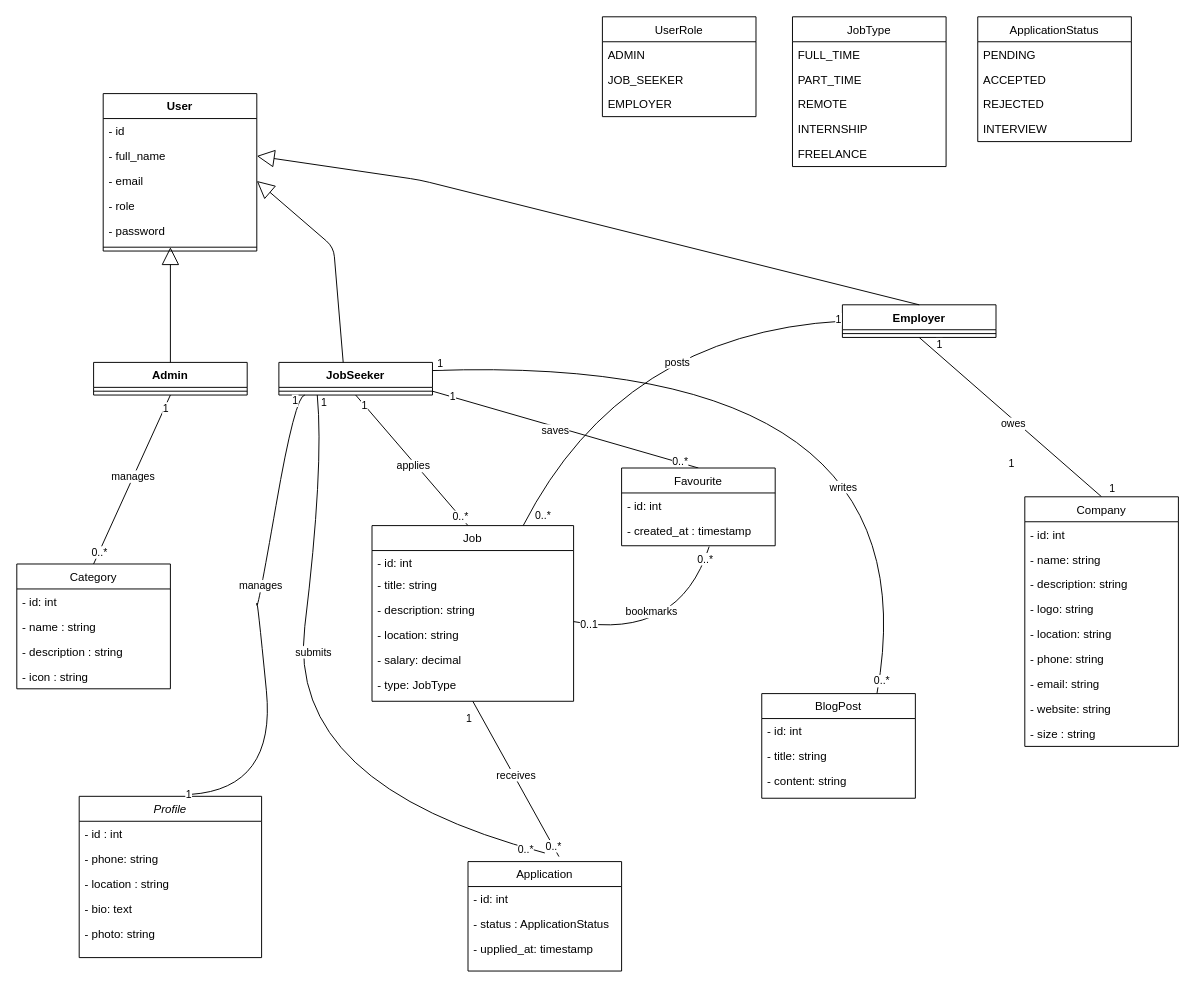
The draw.io diagram conception/uml_class.drawio in alimouad/job_portal_laravel, before the edit. Source tidied: cells renumbered, new cells numbered last; positions are measured from the earlier drawing's top-left corner, leaving out a move shared by most shapes. Both pictures are drawn from the tidied source at 96%, with x=0, y=0 at pixel (16, 16).
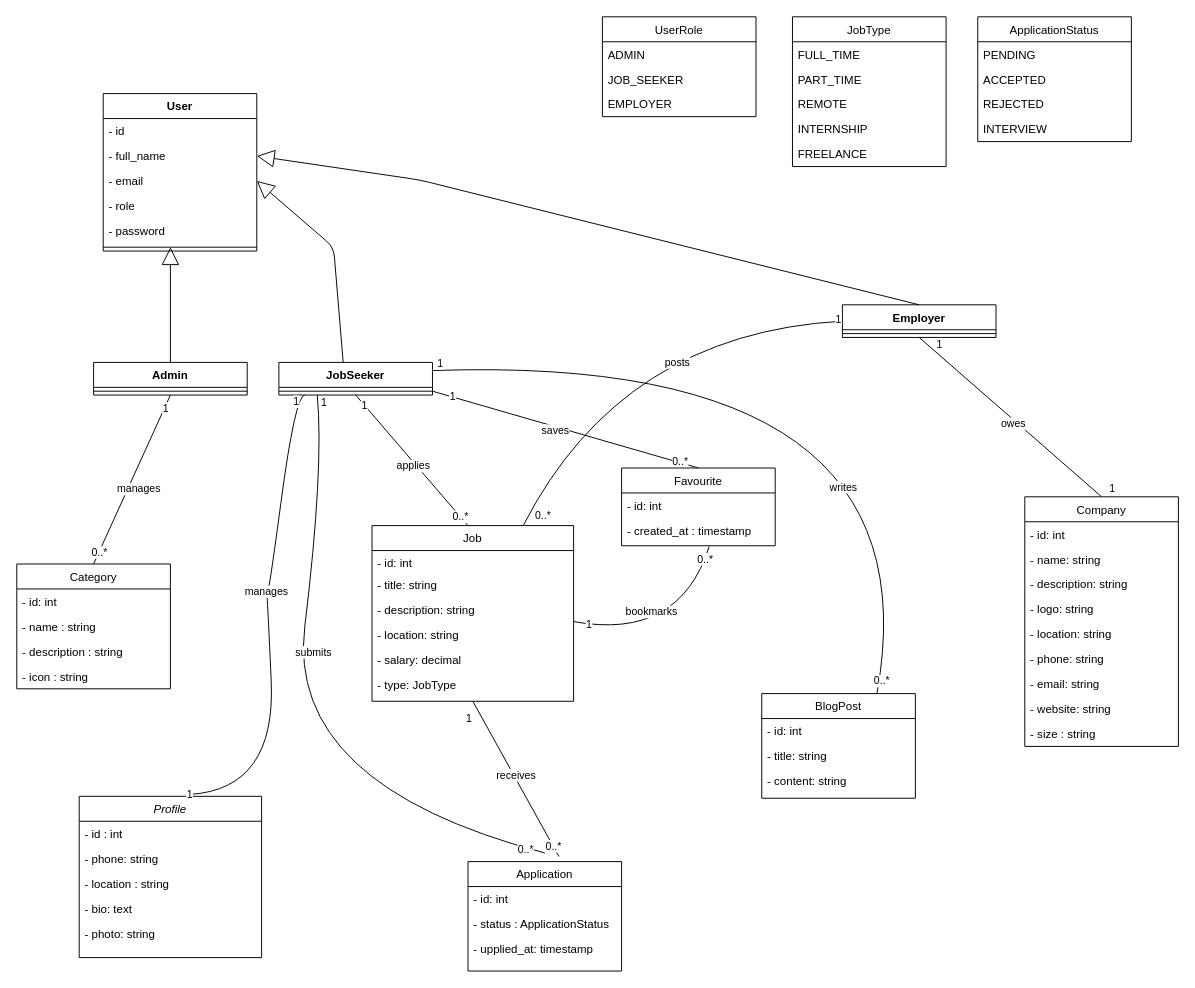
After the change.

The change refers to these unchanged cells:
```xml
<mxCell id="5" style="endArrow=none;html=1;rounded=0;entryX=1;entryY=0.5;entryDx=0;entryDy=0;curved=1;exitX=0.57;exitY=1.15;exitDx=0;exitDy=0;exitPerimeter=0;" parent="1" edge="1" source="92">
  <mxGeometry relative="1" as="geometry">
    <mxPoint x="580" y="630" as="targetPoint" />
    <Array as="points">
      <mxPoint x="690" y="650" />
    </Array>
  </mxGeometry>
</mxCell>
<mxCell id="109" style="endArrow=none;html=1;rounded=0;entryX=0;entryY=0.5;entryDx=0;entryDy=0;exitX=0.75;exitY=0;exitDx=0;exitDy=0;curved=1;" parent="1" edge="1" source="74" target="22">
  <mxGeometry relative="1" as="geometry">
    <Array as="points">
      <mxPoint x="630" y="330" />
    </Array>
  </mxGeometry>
</mxCell>
```

Change to the diagram source:
```diff
@@
-    <mxCell id="7" value="0..1" style="edgeLabel;html=1;align=center;verticalAlign=middle;" parent="5" vertex="1">
+    <mxCell id="7" value="1" style="edgeLabel;html=1;align=center;verticalAlign=middle;" parent="5" vertex="1">
       <mxGeometry x="0.85" relative="1" as="geometry" />
     </mxCell>
@@
     <mxCell id="100" style="endArrow=none;html=1;rounded=0;curved=1;" parent="1" edge="1">
       <mxGeometry relative="1" as="geometry">
         <mxPoint x="181" y="810" as="sourcePoint" />
         <mxPoint x="300" y="394" as="targetPoint" />
         <Array as="points">
           <mxPoint x="270" y="804" />
-          <mxPoint x="250" y="600" />
-          <mxPoint x="250" y="624" />
+          <mxPoint x="260" y="580" />
+          <mxPoint x="260" y="620" />
           <mxPoint x="290" y="394" />
         </Array>
       </mxGeometry>
     </mxCell>
@@
     <mxCell id="103" value="manages" style="edgeLabel;html=1;align=center;verticalAlign=middle;" parent="100" vertex="1">
       <mxGeometry x="0.22" y="-12" relative="1" as="geometry">
-        <mxPoint x="-13" y="-9" as="offset" />
+        <mxPoint x="-13" y="-16" as="offset" />
       </mxGeometry>
     </mxCell>
@@
-    <mxCell id="113" value="1" style="edgeLabel;html=1;align=center;verticalAlign=middle;" parent="109" vertex="1">
-      <mxGeometry x="0.92" y="2" relative="1" as="geometry">
-        <mxPoint x="194" y="148" as="offset" />
-      </mxGeometry>
-    </mxCell>
```
